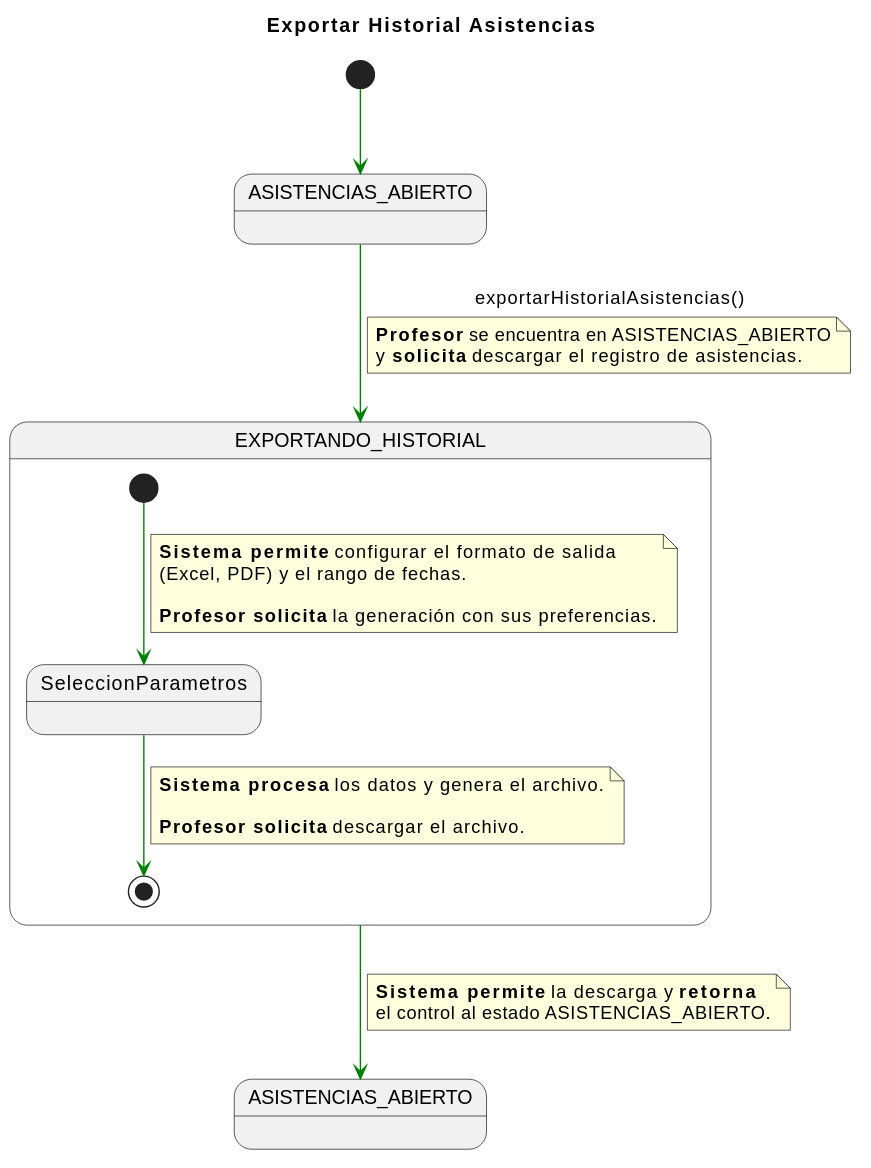
enmabry/25-26-IdSw1-SdR keeps this PlantUML diagram as documents/CasosDeUso/DetalladoCasosDeUso/Profesor/exportarHistorialAsistencias.svg. Above is the earlier version.
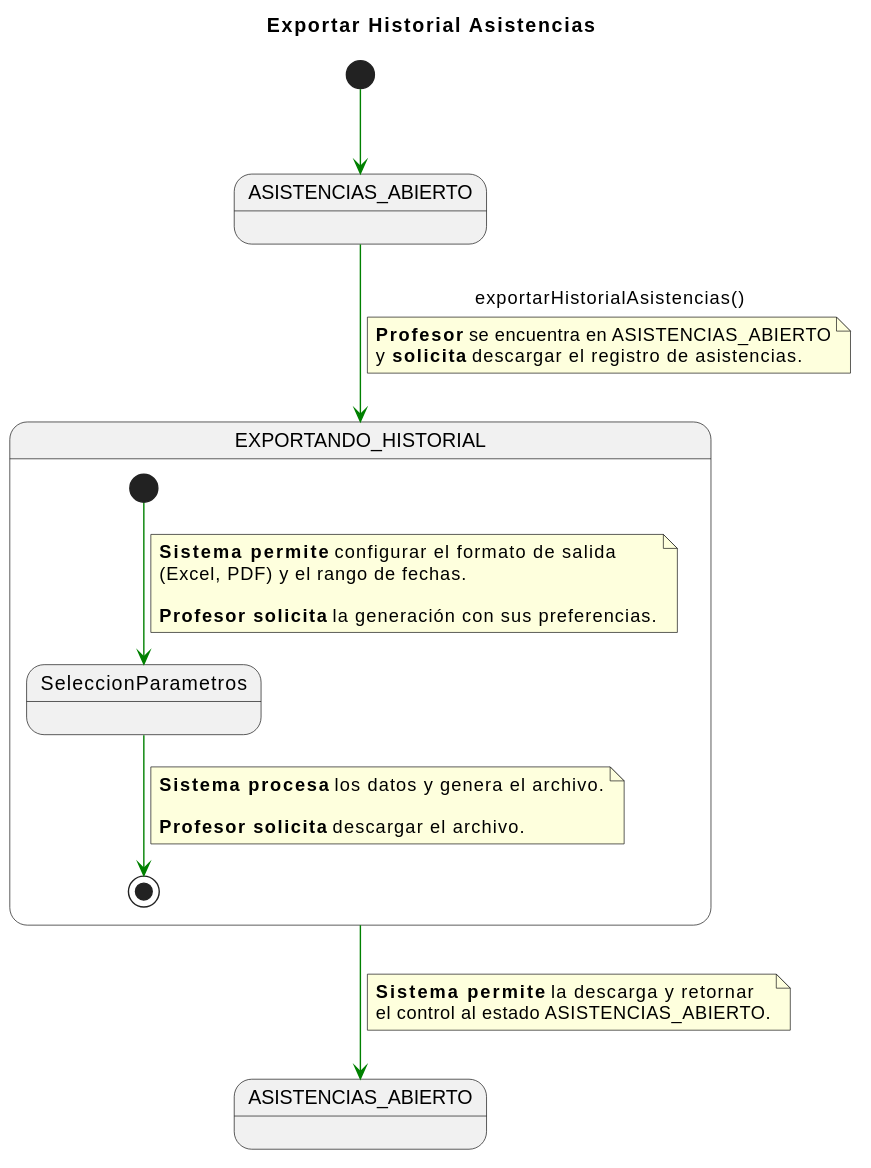
Above is the later version.

What changed in the source:
```diff
@@ -36,7 +36,7 @@
 
 PROCESO_EXPORTACION_COMP -[#green]-> ASISTENCIAS_ABIERTO_FINAL
 note on link
-<b>Sistema permite</b> la descarga y <b>retorna</b>
+<b>Sistema permite</b> la descarga y retornar
 el control al estado ASISTENCIAS_ABIERTO.
 end note
 @enduml
```
